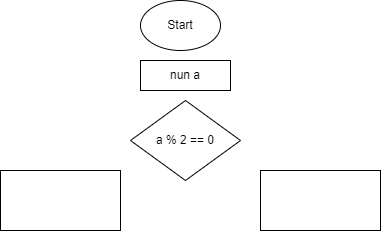
Before: task003/diagram.drawio.png, a diagram exported from draw.io (dilyaK/PracticeGB). Source tidied: cells renumbered, new cells last; positions are measured from the earlier drawing's top-left corner, leaving out a move shared by most shapes.
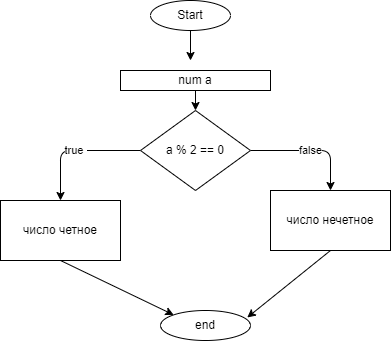
After the change.

Change to the diagram source:
```diff
@@ -2,20 +2,51 @@
   <root>
     <mxCell id="0" />
     <mxCell id="1" parent="0" />
+    <mxCell id="7" style="edgeStyle=none;html=1;exitX=0.5;exitY=1;exitDx=0;exitDy=0;" parent="1" edge="1" source="2">
+      <mxGeometry relative="1" as="geometry">
+        <mxPoint x="180" y="70" as="targetPoint" />
+      </mxGeometry>
+    </mxCell>
     <mxCell id="2" value="Start" style="ellipse;whiteSpace=wrap;html=1;" parent="1" vertex="1">
-      <mxGeometry x="140" width="80" height="50" as="geometry" />
+      <mxGeometry x="140" y="10" width="80" height="30" as="geometry" />
     </mxCell>
+    <mxCell id="8" style="edgeStyle=none;html=1;exitX=0.5;exitY=1;exitDx=0;exitDy=0;entryX=0.5;entryY=0;entryDx=0;entryDy=0;" parent="1" edge="1" source="3" target="4">
+      <mxGeometry relative="1" as="geometry" />
+    </mxCell>
-    <mxCell id="3" value="nun a" style="rounded=0;whiteSpace=wrap;html=1;" parent="1" vertex="1">
-      <mxGeometry x="140" y="60" width="90" height="30" as="geometry" />
+    <mxCell id="3" value="num a" style="rounded=0;whiteSpace=wrap;html=1;" parent="1" vertex="1">
+      <mxGeometry x="110" y="80" width="150" height="20" as="geometry" />
     </mxCell>
+    <mxCell id="9" value="true&amp;nbsp;" style="edgeStyle=none;html=1;exitX=0;exitY=0.5;exitDx=0;exitDy=0;entryX=0.5;entryY=0;entryDx=0;entryDy=0;" parent="1" edge="1" source="4" target="6">
+      <mxGeometry relative="1" as="geometry">
+        <Array as="points">
+          <mxPoint x="50" y="160" />
+        </Array>
+      </mxGeometry>
+    </mxCell>
+    <mxCell id="10" value="false&lt;br&gt;" style="edgeStyle=none;html=1;exitX=1;exitY=0.5;exitDx=0;exitDy=0;entryX=0.5;entryY=0;entryDx=0;entryDy=0;" parent="1" edge="1" source="4" target="5">
+      <mxGeometry relative="1" as="geometry">
+        <Array as="points">
+          <mxPoint x="320" y="160" />
+        </Array>
+      </mxGeometry>
+    </mxCell>
     <mxCell id="4" value="a % 2 == 0" style="rhombus;whiteSpace=wrap;html=1;" parent="1" vertex="1">
-      <mxGeometry x="130" y="100" width="110" height="80" as="geometry" />
+      <mxGeometry x="130" y="120" width="110" height="80" as="geometry" />
     </mxCell>
+    <mxCell id="11" style="edgeStyle=none;html=1;exitX=0.5;exitY=1;exitDx=0;exitDy=0;entryX=0.964;entryY=0.233;entryDx=0;entryDy=0;entryPerimeter=0;" parent="1" edge="1" source="5" target="13">
+      <mxGeometry relative="1" as="geometry" />
+    </mxCell>
-    <mxCell id="5" style="rounded=0;whiteSpace=wrap;html=1;" parent="1" vertex="1">
-      <mxGeometry x="260" y="170" width="120" height="60" as="geometry" />
+    <mxCell id="5" value="число нечетное" style="rounded=0;whiteSpace=wrap;html=1;" parent="1" vertex="1">
+      <mxGeometry x="260" y="200" width="120" height="60" as="geometry" />
     </mxCell>
+    <mxCell id="12" style="edgeStyle=none;html=1;exitX=0.5;exitY=1;exitDx=0;exitDy=0;entryX=0;entryY=0;entryDx=0;entryDy=0;" parent="1" edge="1" source="6" target="13">
+      <mxGeometry relative="1" as="geometry" />
+    </mxCell>
-    <mxCell id="6" style="rounded=0;whiteSpace=wrap;html=1;" parent="1" vertex="1">
-      <mxGeometry y="170" width="120" height="60" as="geometry" />
+    <mxCell id="6" value="число четное" style="rounded=0;whiteSpace=wrap;html=1;" parent="1" vertex="1">
+      <mxGeometry x="-10" y="210" width="120" height="60" as="geometry" />
     </mxCell>
+    <mxCell id="13" value="end" style="ellipse;whiteSpace=wrap;html=1;" parent="1" vertex="1">
+      <mxGeometry x="150" y="320" width="90" height="30" as="geometry" />
+    </mxCell>
   </root>
 </mxGraphModel>
```
